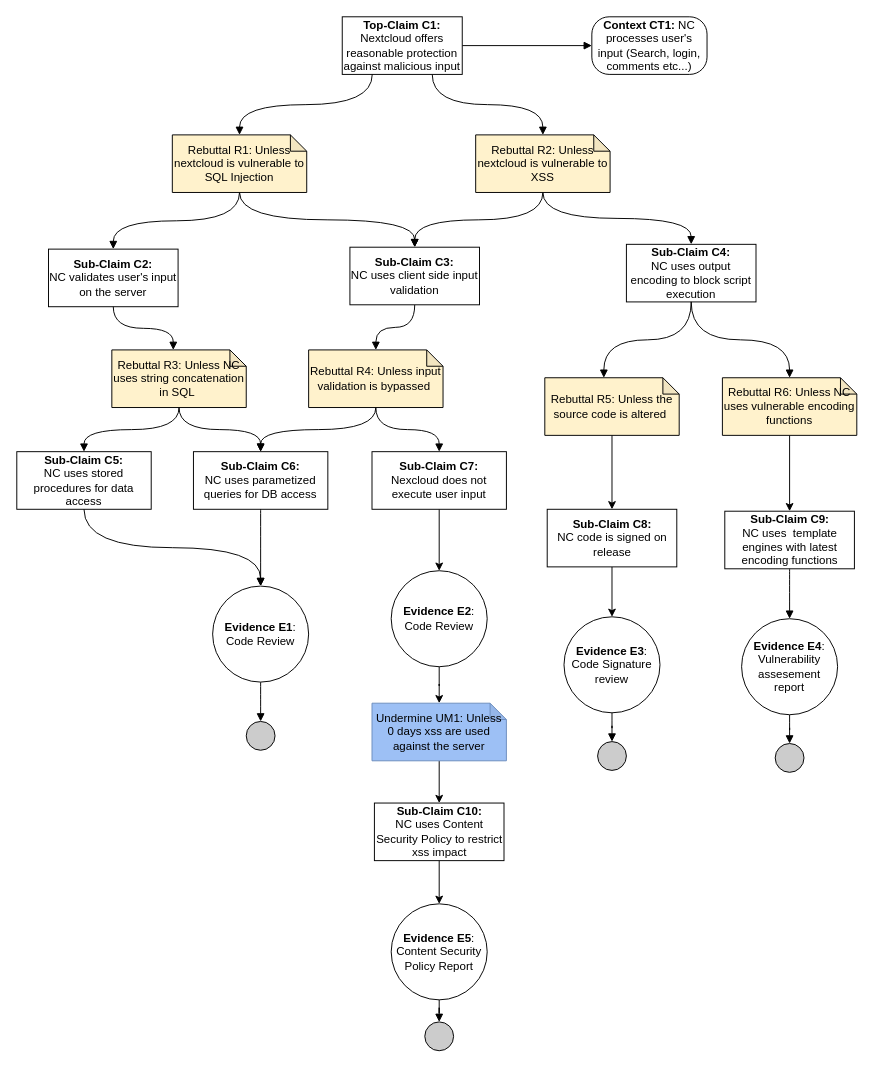
Before: Assurance Case/Assurance Case - Malicious Input.drawio in Hinrichsta/FA23-Cyber8420, a draw.io diagram. Source tidied: cells renumbered, new cells numbered last; positions are measured from the earlier drawing's top-left corner, leaving out a move shared by most shapes. Both pictures are drawn from the tidied source at 96%, with x=0, y=0 at pixel (16, 16).
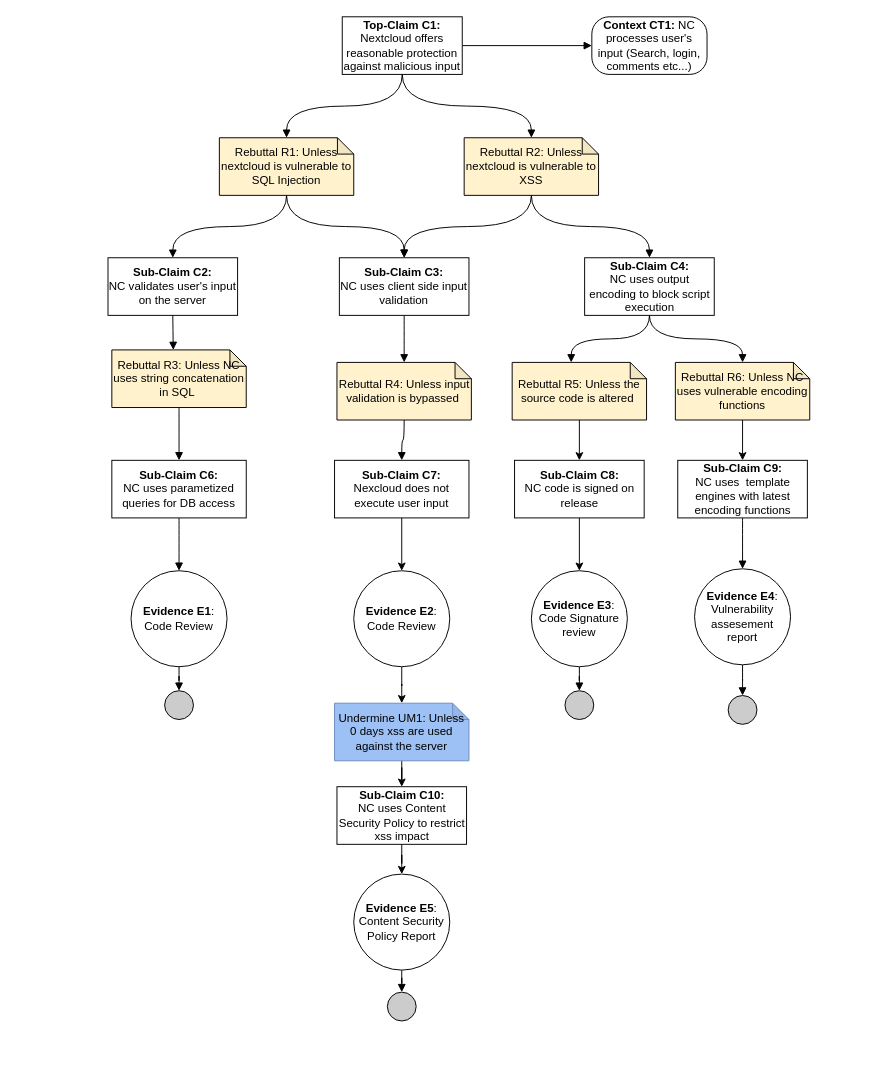
After the change.

Commit message:
Assurance Case - Malicious Input v3

Unchanged cells that the change refers to:
```xml
<mxCell id="4" value="&lt;b&gt;Top-Claim C1:&lt;br&gt;&lt;/b&gt;Nextcloud offers reasonable protection against malicious input" style="rounded=0;whiteSpace=wrap;html=1;" parent="1" vertex="1">
  <mxGeometry x="339" width="125" height="60" as="geometry" />
</mxCell>
<mxCell id="37" value="Rebuttal R3: Unless NC uses string concatenation in SQL&amp;nbsp;" style="shape=note;whiteSpace=wrap;html=1;backgroundOutline=1;darkOpacity=0.05;size=17;fillColor=#FFF2CC;" parent="1" vertex="1">
  <mxGeometry x="99" y="347" width="140" height="60" as="geometry" />
</mxCell>
```

The edit, as a diff of the source:
```diff
@@
-    <mxCell id="3" style="edgeStyle=orthogonalEdgeStyle;rounded=0;jettySize=auto;html=1;endArrow=block;endFill=1;curved=1;exitX=0.75;exitY=1;exitDx=0;exitDy=0;" parent="1" edge="1" source="4" target="7">
+    <mxCell id="3" style="edgeStyle=orthogonalEdgeStyle;rounded=0;jettySize=auto;html=1;endArrow=block;endFill=1;curved=1;exitX=0.5;exitY=1;exitDx=0;exitDy=0;" parent="1" edge="1" source="4" target="7">
       <mxGeometry relative="1" as="geometry" />
     </mxCell>
@@
     <mxCell id="7" value="Rebuttal R2: Unless nextcloud is vulnerable to XSS" style="shape=note;whiteSpace=wrap;html=1;backgroundOutline=1;darkOpacity=0.05;size=17;fillColor=#FFF2CC;" parent="1" vertex="1">
-      <mxGeometry x="478" y="123" width="140" height="60" as="geometry" />
+      <mxGeometry x="466" y="126" width="140" height="60" as="geometry" />
     </mxCell>
@@
     <mxCell id="9" value="&lt;b&gt;Sub-Claim C3:&lt;br&gt;&lt;/b&gt;NC uses client side input validation" style="rounded=0;whiteSpace=wrap;html=1;" parent="1" vertex="1">
-      <mxGeometry x="347" y="240" width="135" height="60" as="geometry" />
+      <mxGeometry x="336" y="251" width="135" height="60" as="geometry" />
     </mxCell>
@@
     <mxCell id="11" value="Rebuttal R4: Unless input validation is bypassed&amp;nbsp;" style="shape=note;whiteSpace=wrap;html=1;backgroundOutline=1;darkOpacity=0.05;size=17;fillColor=#FFF2CC;" parent="1" vertex="1">
-      <mxGeometry x="304" y="347" width="140" height="60" as="geometry" />
+      <mxGeometry x="333.5" y="360" width="140" height="60" as="geometry" />
     </mxCell>
@@
     <mxCell id="13" value="&lt;b&gt;Sub-Claim C7:&lt;br&gt;&lt;/b&gt;Nexcloud does not execute user input" style="rounded=0;whiteSpace=wrap;html=1;" parent="1" vertex="1">
-      <mxGeometry x="370" y="453" width="140" height="60" as="geometry" />
+      <mxGeometry x="331" y="462" width="140" height="60" as="geometry" />
     </mxCell>
@@
     <mxCell id="15" value="Rebuttal R1: Unless nextcloud is vulnerable to SQL Injection" style="shape=note;whiteSpace=wrap;html=1;backgroundOutline=1;darkOpacity=0.05;size=17;fillColor=#FFF2CC;" parent="1" vertex="1">
-      <mxGeometry x="162" y="123" width="140" height="60" as="geometry" />
+      <mxGeometry x="211" y="126" width="140" height="60" as="geometry" />
     </mxCell>
-    <mxCell id="16" style="edgeStyle=orthogonalEdgeStyle;rounded=0;jettySize=auto;html=1;endArrow=block;endFill=1;curved=1;entryX=0.5;entryY=0;entryDx=0;entryDy=0;entryPerimeter=0;exitX=0.25;exitY=1;exitDx=0;exitDy=0;" parent="1" edge="1" source="4" target="15">
+    <mxCell id="16" style="edgeStyle=orthogonalEdgeStyle;rounded=0;jettySize=auto;html=1;endArrow=block;endFill=1;curved=1;entryX=0.5;entryY=0;entryDx=0;entryDy=0;entryPerimeter=0;exitX=0.5;exitY=1;exitDx=0;exitDy=0;" parent="1" edge="1" source="4" target="15">
       <mxGeometry relative="1" as="geometry" />
     </mxCell>
@@
     <mxCell id="18" value="&lt;b&gt;Sub-Claim C2:&lt;br&gt;&lt;/b&gt;NC validates user's input on the server" style="rounded=0;whiteSpace=wrap;html=1;" parent="1" vertex="1">
-      <mxGeometry x="33" y="242" width="135" height="60" as="geometry" />
+      <mxGeometry x="95" y="251" width="135" height="60" as="geometry" />
     </mxCell>
     <mxCell id="19" value="&lt;b&gt;Sub-Claim C4:&lt;br&gt;&lt;/b&gt;NC uses output encoding to block script execution" style="rounded=0;whiteSpace=wrap;html=1;" parent="1" vertex="1">
-      <mxGeometry x="635" y="237" width="135" height="60" as="geometry" />
+      <mxGeometry x="591.5" y="251" width="135" height="60" as="geometry" />
     </mxCell>
@@
     <mxCell id="22" value="Rebuttal R5: Unless the source code is altered&amp;nbsp;" style="shape=note;whiteSpace=wrap;html=1;backgroundOutline=1;darkOpacity=0.05;size=17;fillColor=#FFF2CC;" parent="1" vertex="1">
-      <mxGeometry x="550" y="376" width="140" height="60" as="geometry" />
+      <mxGeometry x="516" y="360" width="140" height="60" as="geometry" />
     </mxCell>
@@
     <mxCell id="24" value="&lt;b&gt;Sub-Claim C8:&lt;br&gt;&lt;/b&gt;NC code is signed on release" style="rounded=0;whiteSpace=wrap;html=1;" parent="1" vertex="1">
-      <mxGeometry x="552.5" y="513" width="135" height="60" as="geometry" />
+      <mxGeometry x="518.5" y="462" width="135" height="60" as="geometry" />
     </mxCell>
@@
     <mxCell id="26" value="&lt;b&gt;Evidence E3&lt;/b&gt;:&lt;br&gt;Code Signature review" style="ellipse;whiteSpace=wrap;html=1;fillColor=#ffffff;rounded=0;" parent="1" vertex="1">
-      <mxGeometry x="570" y="625" width="100" height="100" as="geometry" />
+      <mxGeometry x="536" y="577" width="100" height="100" as="geometry" />
     </mxCell>
     <mxCell id="27" style="ellipse;whiteSpace=wrap;html=1;fillColor=#CCCCCC;" parent="1" vertex="1">
-      <mxGeometry x="605" y="755" width="30" height="30" as="geometry" />
+      <mxGeometry x="571" y="702" width="30" height="30" as="geometry" />
     </mxCell>
@@
     <mxCell id="29" value="Rebuttal R6: Unless NC uses vulnerable encoding functions" style="shape=note;whiteSpace=wrap;html=1;backgroundOutline=1;darkOpacity=0.05;size=17;fillColor=#FFF2CC;" parent="1" vertex="1">
-      <mxGeometry x="735" y="376" width="140" height="60" as="geometry" />
+      <mxGeometry x="686" y="360" width="140" height="60" as="geometry" />
     </mxCell>
@@
     <mxCell id="31" value="&lt;b&gt;Sub-Claim C9:&lt;br&gt;&lt;/b&gt;NC uses&amp;nbsp; template engines with latest encoding functions" style="rounded=0;whiteSpace=wrap;html=1;" parent="1" vertex="1">
-      <mxGeometry x="737.5" y="515" width="135" height="60" as="geometry" />
+      <mxGeometry x="688.5" y="462" width="135" height="60" as="geometry" />
     </mxCell>
@@
     <mxCell id="33" value="&lt;b&gt;Evidence E4&lt;/b&gt;:&lt;br&gt;Vulnerability assesement report" style="ellipse;whiteSpace=wrap;html=1;fillColor=#ffffff;rounded=0;" parent="1" vertex="1">
-      <mxGeometry x="755" y="627" width="100" height="100" as="geometry" />
+      <mxGeometry x="706" y="575" width="100" height="100" as="geometry" />
     </mxCell>
     <mxCell id="34" style="ellipse;whiteSpace=wrap;html=1;fillColor=#CCCCCC;" parent="1" vertex="1">
-      <mxGeometry x="790" y="757" width="30" height="30" as="geometry" />
+      <mxGeometry x="741" y="707" width="30" height="30" as="geometry" />
     </mxCell>
@@
     <mxCell id="39" value="&lt;b&gt;Evidence E1&lt;/b&gt;:&lt;br&gt;Code Review" style="ellipse;whiteSpace=wrap;html=1;fillColor=#ffffff;rounded=0;" parent="1" vertex="1">
-      <mxGeometry x="204" y="593" width="100" height="100" as="geometry" />
+      <mxGeometry x="119" y="577" width="100" height="100" as="geometry" />
     </mxCell>
     <mxCell id="40" style="ellipse;whiteSpace=wrap;html=1;fillColor=#CCCCCC;" parent="1" vertex="1">
-      <mxGeometry x="239" y="734" width="30" height="30" as="geometry" />
+      <mxGeometry x="154" y="702" width="30" height="30" as="geometry" />
     </mxCell>
     <mxCell id="41" value="&lt;b&gt;Sub-Claim C6:&lt;br&gt;&lt;/b&gt;NC uses parametized queries for DB access" style="rounded=0;whiteSpace=wrap;html=1;" parent="1" vertex="1">
-      <mxGeometry x="184" y="453" width="140" height="60" as="geometry" />
+      <mxGeometry x="99" y="462" width="140" height="60" as="geometry" />
     </mxCell>
@@
-    <mxCell id="43" style="edgeStyle=orthogonalEdgeStyle;rounded=0;jettySize=auto;html=1;endArrow=block;endFill=1;curved=1;exitX=0.5;exitY=1;exitDx=0;exitDy=0;entryX=0.5;entryY=0;entryDx=0;entryDy=0;exitPerimeter=0;" parent="1" edge="1" source="37" target="41">
-      <mxGeometry relative="1" as="geometry" />
-    </mxCell>
-    <mxCell id="44" style="edgeStyle=orthogonalEdgeStyle;curved=1;rounded=0;jettySize=auto;html=1;endArrow=block;endFill=1;entryX=0.5;entryY=0;entryDx=0;entryDy=0;exitX=0.5;exitY=1;exitDx=0;exitDy=0;exitPerimeter=0;" parent="1" edge="1" source="11" target="41">
-      <mxGeometry relative="1" as="geometry" />
-    </mxCell>
@@
-    <mxCell id="46" value="&lt;b&gt;Sub-Claim C5:&lt;br&gt;&lt;/b&gt;NC uses stored procedures for data access" style="rounded=0;whiteSpace=wrap;html=1;" parent="1" vertex="1">
-      <mxGeometry y="453" width="140" height="60" as="geometry" />
-    </mxCell>
-    <mxCell id="47" style="edgeStyle=orthogonalEdgeStyle;rounded=0;jettySize=auto;html=1;endArrow=block;endFill=1;curved=1;entryX=0.5;entryY=0;entryDx=0;entryDy=0;exitX=0.5;exitY=1;exitDx=0;exitDy=0;exitPerimeter=0;" parent="1" edge="1" source="37" target="46">
+    <mxCell id="47" style="edgeStyle=orthogonalEdgeStyle;rounded=0;jettySize=auto;html=1;endArrow=block;endFill=1;curved=1;entryX=0.5;entryY=0;entryDx=0;entryDy=0;exitX=0.5;exitY=1;exitDx=0;exitDy=0;exitPerimeter=0;" parent="1" edge="1" source="37" target="41">
       <mxGeometry relative="1" as="geometry" />
     </mxCell>
-    <mxCell id="48" style="edgeStyle=orthogonalEdgeStyle;curved=1;rounded=0;jettySize=auto;html=1;endArrow=block;endFill=1;exitX=0.5;exitY=1;exitDx=0;exitDy=0;entryX=0.5;entryY=0;entryDx=0;entryDy=0;" parent="1" edge="1" source="46" target="39">
-      <mxGeometry relative="1" as="geometry" />
-    </mxCell>
@@
     <mxCell id="51" value="&lt;b&gt;Evidence E2&lt;/b&gt;:&lt;br&gt;Code Review" style="ellipse;whiteSpace=wrap;html=1;fillColor=#ffffff;rounded=0;" parent="1" vertex="1">
-      <mxGeometry x="390" y="577" width="100" height="100" as="geometry" />
+      <mxGeometry x="351" y="577" width="100" height="100" as="geometry" />
     </mxCell>
@@
     <mxCell id="53" value="Undermine UM1: Unless 0 days xss are used against the server" style="shape=note;whiteSpace=wrap;html=1;backgroundOutline=1;darkOpacity=0.05;size=17;fillColor=#9DC0F5;strokeColor=#6c8ebf;" parent="1" vertex="1">
-      <mxGeometry x="370" y="715" width="140" height="60" as="geometry" />
+      <mxGeometry x="331" y="715" width="140" height="60" as="geometry" />
     </mxCell>
@@
     <mxCell id="55" value="&lt;b&gt;Evidence E5&lt;/b&gt;:&lt;br&gt;Content Security Policy Report" style="ellipse;whiteSpace=wrap;html=1;fillColor=#ffffff;rounded=0;" parent="1" vertex="1">
-      <mxGeometry x="390" y="924" width="100" height="100" as="geometry" />
+      <mxGeometry x="351" y="893" width="100" height="100" as="geometry" />
     </mxCell>
     <mxCell id="56" style="ellipse;whiteSpace=wrap;html=1;fillColor=#CCCCCC;" parent="1" vertex="1">
-      <mxGeometry x="425" y="1047" width="30" height="30" as="geometry" />
+      <mxGeometry x="386" y="1016" width="30" height="30" as="geometry" />
     </mxCell>
@@
     <mxCell id="58" value="&lt;b&gt;Sub-Claim C10:&lt;br&gt;&lt;/b&gt;NC uses Content Security Policy to restrict xss impact" style="rounded=0;whiteSpace=wrap;html=1;" parent="1" vertex="1">
-      <mxGeometry x="372.5" y="819" width="135" height="60" as="geometry" />
+      <mxGeometry x="333.5" y="802" width="135" height="60" as="geometry" />
     </mxCell>
```
